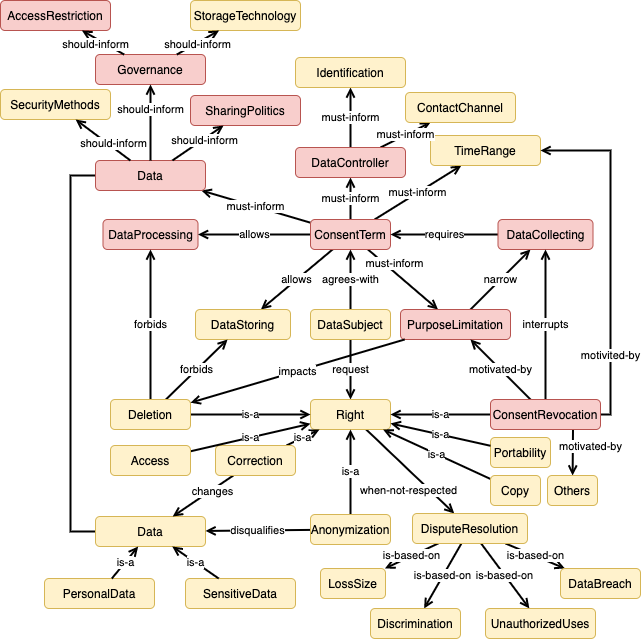
The draw.io diagram img/RootScenarioImpact.png in phalves/GoDReP, before a commit. Source tidied: cells renumbered, new cells last; positions are measured from the earlier drawing's top-left corner, leaving out a move shared by most shapes. Source of this version:
```xml
<mxGraphModel background="#ffffff">
  <root>
    <mxCell id="0" />
    <mxCell id="1" parent="0" />
    <mxCell id="2" value="DataProcessing" style="rounded=1;whiteSpace=wrap;html=1;fillColor=#f8cecc;strokeColor=#b85450;" parent="1" vertex="1">
      <mxGeometry x="102.5" y="219" width="95" height="30" as="geometry" />
    </mxCell>
    <mxCell id="3" value="must-inform" style="edgeStyle=none;rounded=0;jettySize=auto;html=1;endArrow=open;endFill=0;strokeWidth=2;" parent="1" edge="1" source="9" target="11">
      <mxGeometry x="-0.37" y="7" relative="1" as="geometry" />
    </mxCell>
    <mxCell id="4" value="must-inform" style="edgeStyle=none;rounded=0;jettySize=auto;html=1;endArrow=open;endFill=0;strokeWidth=2;" parent="1" edge="1" source="9" target="12">
      <mxGeometry relative="1" as="geometry" />
    </mxCell>
    <mxCell id="5" value="must-inform" style="edgeStyle=none;rounded=0;jettySize=auto;html=1;endArrow=open;endFill=0;strokeWidth=2;" parent="1" edge="1" source="9" target="15">
      <mxGeometry relative="1" as="geometry" />
    </mxCell>
    <mxCell id="6" value="must-inform" style="edgeStyle=none;rounded=0;jettySize=auto;html=1;endArrow=open;endFill=0;strokeWidth=2;" parent="1" edge="1" source="9" target="17">
      <mxGeometry relative="1" as="geometry" />
    </mxCell>
    <mxCell id="7" value="allows" style="edgeStyle=none;rounded=0;jettySize=auto;html=1;endArrow=open;endFill=0;strokeWidth=2;" parent="1" edge="1" source="9" target="2">
      <mxGeometry relative="1" as="geometry" />
    </mxCell>
    <mxCell id="8" value="allows" style="edgeStyle=none;rounded=0;jettySize=auto;html=1;endArrow=open;endFill=0;strokeWidth=2;" parent="1" edge="1" source="9" target="29">
      <mxGeometry relative="1" as="geometry" />
    </mxCell>
    <mxCell id="9" value="ConsentTerm" style="rounded=1;whiteSpace=wrap;html=1;fillColor=#f8cecc;strokeColor=#b85450;" parent="1" vertex="1">
      <mxGeometry x="310" y="219" width="80" height="30" as="geometry" />
    </mxCell>
    <mxCell id="10" value="narrow" style="edgeStyle=none;rounded=0;jettySize=auto;html=1;endArrow=open;endFill=0;strokeWidth=2;" parent="1" edge="1" source="11" target="28">
      <mxGeometry relative="1" as="geometry" />
    </mxCell>
    <mxCell id="11" value="PurposeLimitation" style="rounded=1;whiteSpace=wrap;html=1;fillColor=#f8cecc;strokeColor=#b85450;" parent="1" vertex="1">
      <mxGeometry x="400" y="309" width="110" height="30" as="geometry" />
    </mxCell>
    <mxCell id="12" value="TimeRange" style="rounded=1;whiteSpace=wrap;html=1;fillColor=#fff2cc;strokeColor=#d6b656;" parent="1" vertex="1">
      <mxGeometry x="430" y="135" width="110" height="30" as="geometry" />
    </mxCell>
    <mxCell id="13" value="must-inform" style="edgeStyle=none;rounded=0;jettySize=auto;html=1;endArrow=open;endFill=0;strokeWidth=2;" parent="1" edge="1" source="15" target="19">
      <mxGeometry relative="1" as="geometry" />
    </mxCell>
    <mxCell id="14" value="must-inform" style="edgeStyle=none;rounded=0;jettySize=auto;html=1;endArrow=open;endFill=0;strokeWidth=2;" parent="1" edge="1" source="15" target="20">
      <mxGeometry relative="1" as="geometry" />
    </mxCell>
    <mxCell id="15" value="DataController" style="rounded=1;whiteSpace=wrap;html=1;fillColor=#f8cecc;strokeColor=#b85450;" parent="1" vertex="1">
      <mxGeometry x="295" y="147" width="110" height="30" as="geometry" />
    </mxCell>
    <mxCell id="16" style="edgeStyle=none;rounded=0;jettySize=auto;html=1;endArrow=none;endFill=0;strokeWidth=2;" parent="1" edge="1" source="17" target="21">
      <mxGeometry relative="1" as="geometry">
        <Array as="points">
          <mxPoint x="70" y="175" />
          <mxPoint x="70" y="531" />
        </Array>
      </mxGeometry>
    </mxCell>
    <mxCell id="17" value="Data" style="rounded=1;whiteSpace=wrap;html=1;fillColor=#f8cecc;strokeColor=#b85450;" parent="1" vertex="1">
      <mxGeometry x="95" y="160" width="110" height="30" as="geometry" />
    </mxCell>
    <mxCell id="18" style="edgeStyle=none;rounded=0;orthogonalLoop=1;jettySize=auto;html=1;exitX=0.5;exitY=1;exitDx=0;exitDy=0;endArrow=open;endFill=0;strokeWidth=2;" parent="1" edge="1" source="17" target="17">
      <mxGeometry relative="1" as="geometry" />
    </mxCell>
    <mxCell id="19" value="Identification" style="rounded=1;whiteSpace=wrap;html=1;fillColor=#fff2cc;strokeColor=#d6b656;" parent="1" vertex="1">
      <mxGeometry x="295" y="57" width="110" height="30" as="geometry" />
    </mxCell>
    <mxCell id="20" value="ContactChannel" style="rounded=1;whiteSpace=wrap;html=1;fillColor=#fff2cc;strokeColor=#d6b656;" parent="1" vertex="1">
      <mxGeometry x="405" y="92" width="110" height="30" as="geometry" />
    </mxCell>
    <mxCell id="21" value="Data" style="rounded=1;whiteSpace=wrap;html=1;fillColor=#fff2cc;strokeColor=#d6b656;" parent="1" vertex="1">
      <mxGeometry x="95" y="516" width="110" height="30" as="geometry" />
    </mxCell>
    <mxCell id="22" value="request" style="edgeStyle=none;rounded=0;jettySize=auto;html=1;endArrow=open;endFill=0;strokeWidth=2;" parent="1" edge="1" source="24" target="26">
      <mxGeometry relative="1" as="geometry" />
    </mxCell>
    <mxCell id="23" value="agrees-with" style="edgeStyle=none;rounded=0;jettySize=auto;html=1;endArrow=open;endFill=0;strokeWidth=2;" parent="1" edge="1" source="24" target="9">
      <mxGeometry relative="1" as="geometry" />
    </mxCell>
    <mxCell id="24" value="DataSubject" style="rounded=1;whiteSpace=wrap;html=1;fillColor=#fff2cc;strokeColor=#d6b656;" parent="1" vertex="1">
      <mxGeometry x="310" y="309" width="80" height="30" as="geometry" />
    </mxCell>
    <mxCell id="25" value="when-not-respected" style="edgeStyle=none;rounded=0;jettySize=auto;html=1;endArrow=open;endFill=0;strokeWidth=2;" parent="1" edge="1" source="26" target="51">
      <mxGeometry x="0.2" y="-15" relative="1" as="geometry" />
    </mxCell>
    <mxCell id="26" value="Right" style="rounded=1;whiteSpace=wrap;html=1;fillColor=#fff2cc;strokeColor=#d6b656;" parent="1" vertex="1">
      <mxGeometry x="310" y="399" width="80" height="30" as="geometry" />
    </mxCell>
    <mxCell id="27" value="requires" style="edgeStyle=none;rounded=0;jettySize=auto;html=1;endArrow=open;endFill=0;strokeWidth=2;" parent="1" edge="1" source="28" target="9">
      <mxGeometry relative="1" as="geometry" />
    </mxCell>
    <mxCell id="28" value="DataCollecting" style="rounded=1;whiteSpace=wrap;html=1;fillColor=#f8cecc;strokeColor=#b85450;" parent="1" vertex="1">
      <mxGeometry x="497.5" y="219" width="95" height="30" as="geometry" />
    </mxCell>
    <mxCell id="29" value="DataStoring" style="rounded=1;whiteSpace=wrap;html=1;fillColor=#fff2cc;strokeColor=#d6b656;" parent="1" vertex="1">
      <mxGeometry x="195" y="309" width="95" height="30" as="geometry" />
    </mxCell>
    <mxCell id="30" value="is-a" style="edgeStyle=none;rounded=0;jettySize=auto;html=1;endArrow=open;endFill=0;strokeWidth=2;" parent="1" edge="1" source="35" target="26">
      <mxGeometry relative="1" as="geometry" />
    </mxCell>
    <mxCell id="31" value="interrupts" style="edgeStyle=none;rounded=0;jettySize=auto;html=1;endArrow=open;endFill=0;strokeWidth=2;" parent="1" edge="1" source="35" target="28">
      <mxGeometry relative="1" as="geometry" />
    </mxCell>
    <mxCell id="32" value="motivated-by" style="edgeStyle=none;rounded=0;jettySize=auto;html=1;endArrow=open;endFill=0;strokeWidth=2;" parent="1" edge="1" source="35" target="11">
      <mxGeometry relative="1" as="geometry" />
    </mxCell>
    <mxCell id="33" value="motivited-by" style="edgeStyle=none;rounded=0;jettySize=auto;html=1;endArrow=open;endFill=0;strokeWidth=2;" parent="1" edge="1" source="35" target="12">
      <mxGeometry x="-0.6" relative="1" as="geometry">
        <Array as="points">
          <mxPoint x="610" y="414" />
          <mxPoint x="610" y="150" />
        </Array>
      </mxGeometry>
    </mxCell>
    <mxCell id="34" value="motivated-by" style="edgeStyle=none;rounded=0;jettySize=auto;html=1;endArrow=open;endFill=0;strokeWidth=2;exitX=0.75;exitY=1;exitDx=0;exitDy=0;" parent="1" edge="1" source="35" target="60">
      <mxGeometry x="-0.26" y="18" relative="1" as="geometry" />
    </mxCell>
    <mxCell id="35" value="ConsentRevocation" style="rounded=1;whiteSpace=wrap;html=1;fillColor=#f8cecc;strokeColor=#b85450;" parent="1" vertex="1">
      <mxGeometry x="490" y="399" width="110" height="30" as="geometry" />
    </mxCell>
    <mxCell id="36" value="disqualifies" style="edgeStyle=none;rounded=0;jettySize=auto;html=1;endArrow=open;endFill=0;strokeWidth=2;" parent="1" edge="1" source="38" target="21">
      <mxGeometry relative="1" as="geometry" />
    </mxCell>
    <mxCell id="37" value="is-a" style="edgeStyle=none;rounded=0;jettySize=auto;html=1;endArrow=open;endFill=0;strokeWidth=2;" parent="1" edge="1" source="38" target="26">
      <mxGeometry relative="1" as="geometry" />
    </mxCell>
    <mxCell id="38" value="Anonymization" style="rounded=1;whiteSpace=wrap;html=1;fillColor=#fff2cc;strokeColor=#d6b656;" parent="1" vertex="1">
      <mxGeometry x="310" y="514" width="80" height="30" as="geometry" />
    </mxCell>
    <mxCell id="39" value="is-a" style="edgeStyle=none;rounded=0;jettySize=auto;html=1;endArrow=open;endFill=0;strokeWidth=2;" parent="1" edge="1" source="41" target="26">
      <mxGeometry relative="1" as="geometry" />
    </mxCell>
    <mxCell id="40" value="changes" style="edgeStyle=none;rounded=0;jettySize=auto;html=1;endArrow=open;endFill=0;strokeWidth=2;" parent="1" edge="1" source="41" target="21">
      <mxGeometry x="-0.29" y="2" relative="1" as="geometry" />
    </mxCell>
    <mxCell id="41" value="Correction" style="rounded=1;whiteSpace=wrap;html=1;fillColor=#fff2cc;strokeColor=#d6b656;" parent="1" vertex="1">
      <mxGeometry x="215" y="445" width="80" height="30" as="geometry" />
    </mxCell>
    <mxCell id="42" value="is-a" style="edgeStyle=none;rounded=0;jettySize=auto;html=1;endArrow=open;endFill=0;strokeWidth=2;" parent="1" edge="1" source="45" target="26">
      <mxGeometry relative="1" as="geometry" />
    </mxCell>
    <mxCell id="43" value="forbids" style="edgeStyle=none;rounded=0;jettySize=auto;html=1;endArrow=open;endFill=0;strokeWidth=2;" parent="1" edge="1" source="45" target="29">
      <mxGeometry relative="1" as="geometry" />
    </mxCell>
    <mxCell id="44" value="forbids" style="edgeStyle=none;rounded=0;jettySize=auto;html=1;endArrow=open;endFill=0;strokeWidth=2;" parent="1" edge="1" source="45" target="2">
      <mxGeometry relative="1" as="geometry" />
    </mxCell>
    <mxCell id="45" value="Deletion" style="rounded=1;whiteSpace=wrap;html=1;fillColor=#fff2cc;strokeColor=#d6b656;" parent="1" vertex="1">
      <mxGeometry x="110" y="399" width="80" height="30" as="geometry" />
    </mxCell>
    <mxCell id="46" style="edgeStyle=none;rounded=0;orthogonalLoop=1;jettySize=auto;html=1;exitX=0.5;exitY=0;exitDx=0;exitDy=0;endArrow=open;endFill=0;strokeWidth=2;" parent="1" edge="1" source="38" target="38">
      <mxGeometry relative="1" as="geometry" />
    </mxCell>
    <mxCell id="47" value="is-based-on" style="edgeStyle=none;rounded=0;jettySize=auto;html=1;endArrow=open;endFill=0;strokeWidth=2;" parent="1" edge="1" source="51" target="52">
      <mxGeometry relative="1" as="geometry" />
    </mxCell>
    <mxCell id="48" value="is-based-on" style="edgeStyle=none;rounded=0;jettySize=auto;html=1;endArrow=open;endFill=0;strokeWidth=2;" parent="1" edge="1" source="51" target="53">
      <mxGeometry relative="1" as="geometry" />
    </mxCell>
    <mxCell id="49" value="is-based-on" style="edgeStyle=none;rounded=0;jettySize=auto;html=1;endArrow=open;endFill=0;strokeWidth=2;" parent="1" edge="1" source="51" target="54">
      <mxGeometry relative="1" as="geometry" />
    </mxCell>
    <mxCell id="50" value="is-based-on" style="edgeStyle=none;rounded=0;jettySize=auto;html=1;endArrow=open;endFill=0;strokeWidth=2;" parent="1" edge="1" source="51" target="55">
      <mxGeometry relative="1" as="geometry" />
    </mxCell>
    <mxCell id="51" value="DisputeResolution" style="rounded=1;whiteSpace=wrap;html=1;fillColor=#fff2cc;strokeColor=#d6b656;" parent="1" vertex="1">
      <mxGeometry x="412" y="513" width="115" height="30" as="geometry" />
    </mxCell>
    <mxCell id="52" value="LossSize" style="rounded=1;whiteSpace=wrap;html=1;fillColor=#fff2cc;strokeColor=#d6b656;" parent="1" vertex="1">
      <mxGeometry x="320" y="568" width="65" height="30" as="geometry" />
    </mxCell>
    <mxCell id="53" value="Discrimination" style="rounded=1;whiteSpace=wrap;html=1;fillColor=#fff2cc;strokeColor=#d6b656;" parent="1" vertex="1">
      <mxGeometry x="370" y="608" width="90" height="30" as="geometry" />
    </mxCell>
    <mxCell id="54" value="UnauthorizedUses" style="rounded=1;whiteSpace=wrap;html=1;fillColor=#fff2cc;strokeColor=#d6b656;" parent="1" vertex="1">
      <mxGeometry x="485" y="608" width="110" height="30" as="geometry" />
    </mxCell>
    <mxCell id="55" value="DataBreach" style="rounded=1;whiteSpace=wrap;html=1;fillColor=#fff2cc;strokeColor=#d6b656;" parent="1" vertex="1">
      <mxGeometry x="560" y="568" width="80" height="30" as="geometry" />
    </mxCell>
    <mxCell id="56" value="is-a" style="edgeStyle=none;rounded=0;jettySize=auto;html=1;endArrow=open;endFill=0;strokeWidth=2;" parent="1" edge="1" source="57" target="26">
      <mxGeometry relative="1" as="geometry" />
    </mxCell>
    <mxCell id="57" value="Access" style="rounded=1;whiteSpace=wrap;html=1;fillColor=#fff2cc;strokeColor=#d6b656;" parent="1" vertex="1">
      <mxGeometry x="110" y="445" width="80" height="30" as="geometry" />
    </mxCell>
    <mxCell id="58" value="is-a" style="edgeStyle=none;rounded=0;jettySize=auto;html=1;endArrow=open;endFill=0;strokeWidth=2;" parent="1" edge="1" source="59" target="26">
      <mxGeometry relative="1" as="geometry" />
    </mxCell>
    <mxCell id="59" value="Copy" style="rounded=1;whiteSpace=wrap;html=1;fillColor=#fff2cc;strokeColor=#d6b656;" parent="1" vertex="1">
      <mxGeometry x="490" y="475" width="50" height="30" as="geometry" />
    </mxCell>
    <mxCell id="60" value="Others" style="rounded=1;whiteSpace=wrap;html=1;fillColor=#fff2cc;strokeColor=#d6b656;" parent="1" vertex="1">
      <mxGeometry x="547" y="475" width="50" height="30" as="geometry" />
    </mxCell>
    <mxCell id="61" value="PersonalData" style="rounded=1;whiteSpace=wrap;html=1;fillColor=#fff2cc;strokeColor=#d6b656;" parent="1" vertex="1">
      <mxGeometry x="44" y="578" width="110" height="30" as="geometry" />
    </mxCell>
    <mxCell id="62" value="SensitiveData" style="rounded=1;whiteSpace=wrap;html=1;fillColor=#fff2cc;strokeColor=#d6b656;" parent="1" vertex="1">
      <mxGeometry x="185" y="578" width="110" height="30" as="geometry" />
    </mxCell>
    <mxCell id="63" value="is-a" style="edgeStyle=none;rounded=0;jettySize=auto;html=1;endArrow=open;endFill=0;strokeWidth=2;" parent="1" edge="1" source="61" target="21">
      <mxGeometry relative="1" as="geometry" />
    </mxCell>
    <mxCell id="64" value="is-a" style="edgeStyle=none;rounded=0;jettySize=auto;html=1;endArrow=open;endFill=0;strokeWidth=2;" parent="1" edge="1" source="62" target="21">
      <mxGeometry relative="1" as="geometry" />
    </mxCell>
    <mxCell id="65" value="Portability" style="rounded=1;whiteSpace=wrap;html=1;fillColor=#fff2cc;strokeColor=#d6b656;" parent="1" vertex="1">
      <mxGeometry x="490" y="437" width="60" height="30" as="geometry" />
    </mxCell>
    <mxCell id="66" value="is-a" style="edgeStyle=none;rounded=0;jettySize=auto;html=1;endArrow=open;endFill=0;strokeWidth=2;" parent="1" edge="1" source="65" target="26">
      <mxGeometry relative="1" as="geometry" />
    </mxCell>
    <mxCell id="67" value="SecurityMethods" style="rounded=1;whiteSpace=wrap;html=1;fillColor=#fff2cc;strokeColor=#d6b656;" parent="1" vertex="1">
      <mxGeometry y="89" width="110" height="30" as="geometry" />
    </mxCell>
    <mxCell id="68" value="Governance" style="rounded=1;whiteSpace=wrap;html=1;fillColor=#f8cecc;strokeColor=#b85450;" parent="1" vertex="1">
      <mxGeometry x="95" y="54" width="110" height="30" as="geometry" />
    </mxCell>
    <mxCell id="69" value="SharingPolitics" style="rounded=1;whiteSpace=wrap;html=1;fillColor=#f8cecc;strokeColor=#b85450;" parent="1" vertex="1">
      <mxGeometry x="190" y="95" width="110" height="30" as="geometry" />
    </mxCell>
    <mxCell id="70" value="should-inform" style="edgeStyle=none;rounded=0;jettySize=auto;html=1;endArrow=open;endFill=0;strokeWidth=2;" parent="1" edge="1" source="17" target="69">
      <mxGeometry x="0.21" y="-2" relative="1" as="geometry" />
    </mxCell>
    <mxCell id="71" value="should-inform" style="edgeStyle=none;rounded=0;jettySize=auto;html=1;endArrow=open;endFill=0;strokeWidth=2;" parent="1" edge="1" source="17" target="67">
      <mxGeometry x="-0.31" y="-3" relative="1" as="geometry" />
    </mxCell>
    <mxCell id="72" value="should-inform" style="edgeStyle=none;rounded=0;jettySize=auto;html=1;endArrow=open;endFill=0;strokeWidth=2;" parent="1" edge="1" source="17" target="68">
      <mxGeometry x="0.33" relative="1" as="geometry" />
    </mxCell>
    <mxCell id="73" value="AccessRestriction" style="rounded=1;whiteSpace=wrap;html=1;fillColor=#f8cecc;strokeColor=#b85450;" parent="1" vertex="1">
      <mxGeometry width="110" height="30" as="geometry" />
    </mxCell>
    <mxCell id="74" value="StorageTechnology" style="rounded=1;whiteSpace=wrap;html=1;fillColor=#fff2cc;strokeColor=#d6b656;" parent="1" vertex="1">
      <mxGeometry x="190" width="110" height="30" as="geometry" />
    </mxCell>
    <mxCell id="75" value="should-inform" style="edgeStyle=none;rounded=0;jettySize=auto;html=1;endArrow=open;endFill=0;strokeWidth=2;" parent="1" edge="1" source="68" target="73">
      <mxGeometry x="0.25" y="6" relative="1" as="geometry" />
    </mxCell>
    <mxCell id="76" value="should-inform" style="edgeStyle=none;rounded=0;jettySize=auto;html=1;endArrow=open;endFill=0;strokeWidth=2;" parent="1" edge="1" source="68" target="74">
      <mxGeometry x="-0.05" y="-2" relative="1" as="geometry" />
    </mxCell>
    <mxCell id="77" value="impacts" style="edgeStyle=none;rounded=0;jettySize=auto;html=1;endArrow=open;endFill=0;strokeWidth=2;" parent="1" edge="1" source="11" target="45">
      <mxGeometry relative="1" as="geometry" />
    </mxCell>
  </root>
</mxGraphModel>
```
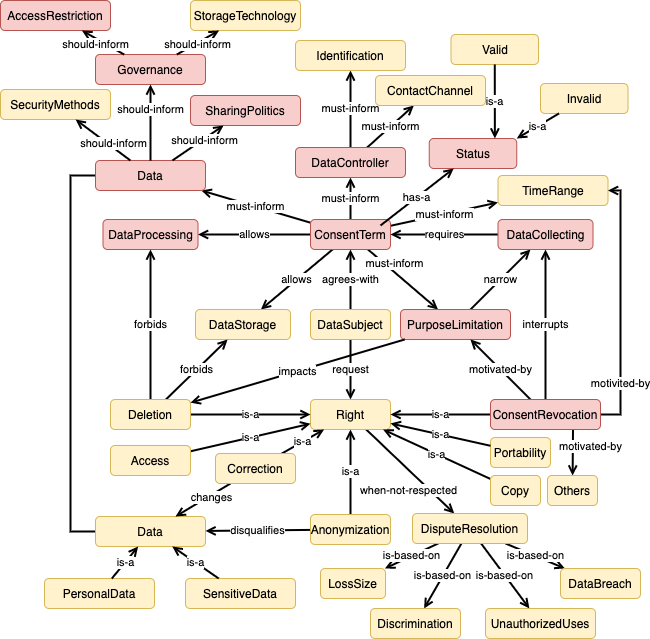
The same diagram one commit later.

Commit message:
Updating the LGPD relationships images adding the consent status

Change to the diagram source:
```diff
@@ -33,7 +33,7 @@
       <mxGeometry x="400" y="309" width="110" height="30" as="geometry" />
     </mxCell>
     <mxCell id="12" value="TimeRange" style="rounded=1;whiteSpace=wrap;html=1;fillColor=#fff2cc;strokeColor=#d6b656;" parent="1" vertex="1">
-      <mxGeometry x="430" y="135" width="110" height="30" as="geometry" />
+      <mxGeometry x="497.5" y="175" width="110" height="30" as="geometry" />
     </mxCell>
     <mxCell id="13" value="must-inform" style="edgeStyle=none;rounded=0;jettySize=auto;html=1;endArrow=open;endFill=0;strokeWidth=2;" parent="1" edge="1" source="15" target="19">
       <mxGeometry relative="1" as="geometry" />
@@ -59,10 +59,10 @@
       <mxGeometry relative="1" as="geometry" />
     </mxCell>
     <mxCell id="19" value="Identification" style="rounded=1;whiteSpace=wrap;html=1;fillColor=#fff2cc;strokeColor=#d6b656;" parent="1" vertex="1">
-      <mxGeometry x="295" y="57" width="110" height="30" as="geometry" />
+      <mxGeometry x="295" y="40" width="110" height="30" as="geometry" />
     </mxCell>
     <mxCell id="20" value="ContactChannel" style="rounded=1;whiteSpace=wrap;html=1;fillColor=#fff2cc;strokeColor=#d6b656;" parent="1" vertex="1">
-      <mxGeometry x="405" y="92" width="110" height="30" as="geometry" />
+      <mxGeometry x="375" y="75" width="110" height="30" as="geometry" />
     </mxCell>
     <mxCell id="21" value="Data" style="rounded=1;whiteSpace=wrap;html=1;fillColor=#fff2cc;strokeColor=#d6b656;" parent="1" vertex="1">
       <mxGeometry x="95" y="516" width="110" height="30" as="geometry" />
@@ -88,7 +88,7 @@
     <mxCell id="28" value="DataCollecting" style="rounded=1;whiteSpace=wrap;html=1;fillColor=#f8cecc;strokeColor=#b85450;" parent="1" vertex="1">
       <mxGeometry x="497.5" y="219" width="95" height="30" as="geometry" />
     </mxCell>
-    <mxCell id="29" value="DataStoring" style="rounded=1;whiteSpace=wrap;html=1;fillColor=#fff2cc;strokeColor=#d6b656;" parent="1" vertex="1">
+    <mxCell id="29" value="DataStorage" style="rounded=1;whiteSpace=wrap;html=1;fillColor=#fff2cc;strokeColor=#d6b656;" parent="1" vertex="1">
       <mxGeometry x="195" y="309" width="95" height="30" as="geometry" />
     </mxCell>
     <mxCell id="30" value="is-a" style="edgeStyle=none;rounded=0;jettySize=auto;html=1;endArrow=open;endFill=0;strokeWidth=2;" parent="1" edge="1" source="35" target="26">
@@ -103,8 +103,8 @@
     <mxCell id="33" value="motivited-by" style="edgeStyle=none;rounded=0;jettySize=auto;html=1;endArrow=open;endFill=0;strokeWidth=2;" parent="1" edge="1" source="35" target="12">
       <mxGeometry x="-0.6" relative="1" as="geometry">
         <Array as="points">
-          <mxPoint x="610" y="414" />
-          <mxPoint x="610" y="150" />
+          <mxPoint x="620" y="414" />
+          <mxPoint x="620" y="190" />
         </Array>
       </mxGeometry>
     </mxCell>
@@ -130,7 +130,7 @@
       <mxGeometry x="-0.29" y="2" relative="1" as="geometry" />
     </mxCell>
     <mxCell id="41" value="Correction" style="rounded=1;whiteSpace=wrap;html=1;fillColor=#fff2cc;strokeColor=#d6b656;" parent="1" vertex="1">
-      <mxGeometry x="215" y="445" width="80" height="30" as="geometry" />
+      <mxGeometry x="215" y="453" width="80" height="30" as="geometry" />
     </mxCell>
     <mxCell id="42" value="is-a" style="edgeStyle=none;rounded=0;jettySize=auto;html=1;endArrow=open;endFill=0;strokeWidth=2;" parent="1" edge="1" source="45" target="26">
       <mxGeometry relative="1" as="geometry" />
@@ -240,5 +240,23 @@
     <mxCell id="77" value="impacts" style="edgeStyle=none;rounded=0;jettySize=auto;html=1;endArrow=open;endFill=0;strokeWidth=2;" parent="1" edge="1" source="11" target="45">
       <mxGeometry relative="1" as="geometry" />
     </mxCell>
+    <mxCell id="78" value="Status" style="rounded=1;whiteSpace=wrap;html=1;fillColor=#f8cecc;strokeColor=#b85450;" parent="1" vertex="1">
+      <mxGeometry x="428.8" y="138" width="87.5" height="30" as="geometry" />
+    </mxCell>
+    <mxCell id="79" value="has-a" style="edgeStyle=none;rounded=0;jettySize=auto;html=1;endArrow=open;endFill=0;strokeWidth=2;exitX=0.875;exitY=0.2;exitDx=0;exitDy=0;exitPerimeter=0;" parent="1" edge="1" source="9" target="78">
+      <mxGeometry relative="1" as="geometry" />
+    </mxCell>
+    <mxCell id="80" value="Valid" style="rounded=1;whiteSpace=wrap;html=1;fillColor=#fff2cc;strokeColor=#d6b656;" parent="1" vertex="1">
+      <mxGeometry x="450.5" y="34" width="87.5" height="30" as="geometry" />
+    </mxCell>
+    <mxCell id="81" value="Invalid" style="rounded=1;whiteSpace=wrap;html=1;fillColor=#fff2cc;strokeColor=#d6b656;" parent="1" vertex="1">
+      <mxGeometry x="540" y="83" width="87.5" height="30" as="geometry" />
+    </mxCell>
+    <mxCell id="82" value="is-a" style="edgeStyle=none;rounded=0;jettySize=auto;html=1;endArrow=open;endFill=0;strokeWidth=2;entryX=0.75;entryY=0;entryDx=0;entryDy=0;" parent="1" edge="1" source="80" target="78">
+      <mxGeometry relative="1" as="geometry" />
+    </mxCell>
+    <mxCell id="83" value="is-a" style="edgeStyle=none;rounded=0;jettySize=auto;html=1;endArrow=open;endFill=0;strokeWidth=2;entryX=1;entryY=0;entryDx=0;entryDy=0;" parent="1" edge="1" source="81" target="78">
+      <mxGeometry relative="1" as="geometry" />
+    </mxCell>
   </root>
 </mxGraphModel>
```
